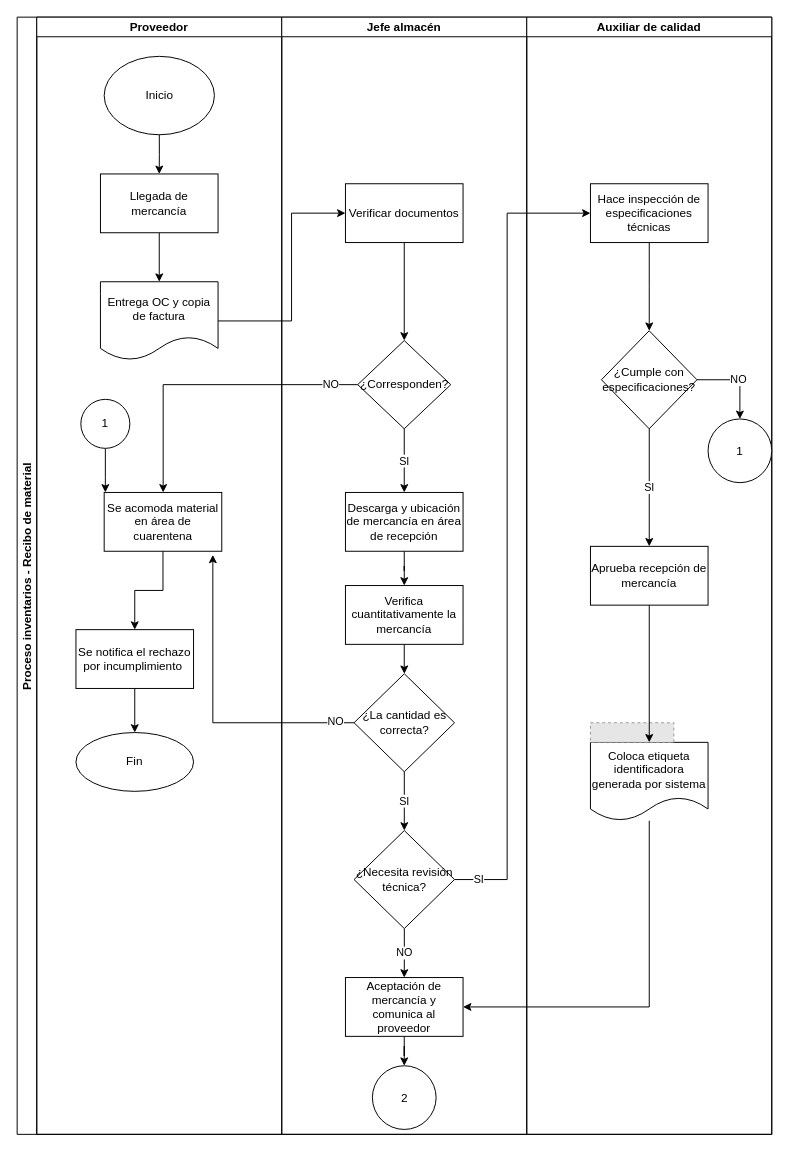
FerAran/Flowchart keeps this draw.io diagram as page "Page-1" (1 of 2) of 172285_Arandia_Recibo de material (adaptado).drawio. Above is the earlier version. Source tidied: cells renumbered, new cells numbered last; positions are measured from the earlier drawing's top-left corner, leaving out a move shared by most shapes. Both pictures are drawn from the tidied source at 98%, with x=0, y=0 at pixel (17, 17). Pictures stored in the file or linked from it are replaced by grey dashed boxes.
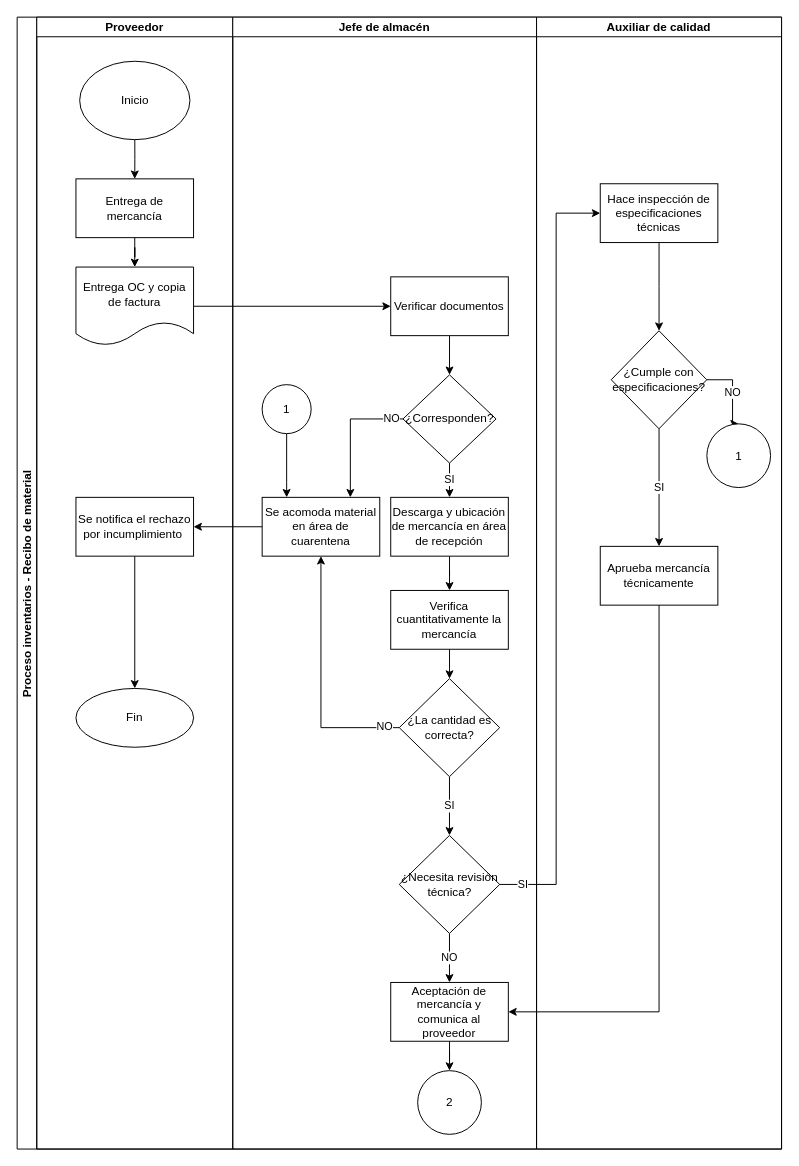
After the change.

The change refers to these unchanged cells:
```xml
<mxCell id="33" value="Hace inspección de especificaciones técnicas" style="whiteSpace=wrap;html=1;" parent="32" vertex="1">
  <mxGeometry x="65" y="170" width="120" height="60" as="geometry" />
</mxCell>
<mxCell id="35" value="¿Cumple con especificaciones?" style="rhombus;whiteSpace=wrap;html=1;" parent="32" vertex="1">
  <mxGeometry x="76.2" y="320" width="97.5" height="100" as="geometry" />
</mxCell>
```

What changed in the source:
```diff
@@
     <mxCell id="2" value="Proceso inventarios - Recibo de material" style="swimlane;startSize=20;horizontal=0;" parent="1" vertex="1">
-      <mxGeometry width="770" height="1140" as="geometry" />
+      <mxGeometry width="780" height="1155" as="geometry" />
     </mxCell>
     <mxCell id="3" value="Proveedor" style="swimlane;startSize=20;" parent="2" vertex="1">
-      <mxGeometry x="20" width="250" height="1140" as="geometry" />
+      <mxGeometry x="20" width="200" height="1155" as="geometry" />
     </mxCell>
     <mxCell id="4" value="Inicio" style="ellipse;whiteSpace=wrap;html=1;" parent="3" vertex="1">
-      <mxGeometry x="68.8" y="40" width="112.5" height="80" as="geometry" />
+      <mxGeometry x="43.8" y="45" width="112.5" height="80" as="geometry" />
     </mxCell>
@@
-    <mxCell id="6" value="Llegada de mercancía" style="whiteSpace=wrap;html=1;" parent="3" vertex="1">
-      <mxGeometry x="65" y="160" width="120" height="60" as="geometry" />
+    <mxCell id="6" value="Entrega de mercancía" style="whiteSpace=wrap;html=1;" parent="3" vertex="1">
+      <mxGeometry x="40" y="165" width="120" height="60" as="geometry" />
     </mxCell>
@@
     <mxCell id="8" value="Entrega OC y copia de factura" style="shape=document;whiteSpace=wrap;html=1;boundedLbl=1;" parent="3" vertex="1">
-      <mxGeometry x="65" y="270" width="120" height="80" as="geometry" />
+      <mxGeometry x="40" y="255" width="120" height="80" as="geometry" />
     </mxCell>
-    <mxCell id="9" value="Se acomoda material en área de cuarentena" style="whiteSpace=wrap;html=1;" parent="3" vertex="1">
-      <mxGeometry x="68.8" y="485" width="120" height="60" as="geometry" />
-    </mxCell>
-    <mxCell id="10" style="edgeStyle=orthogonalEdgeStyle;rounded=0;jettySize=auto;html=1;" parent="3" edge="1" source="11" target="9">
-      <mxGeometry relative="1" as="geometry">
-        <Array as="points">
-          <mxPoint x="70" y="470" />
-          <mxPoint x="70" y="470" />
-        </Array>
-      </mxGeometry>
-    </mxCell>
-    <mxCell id="11" value="1" style="ellipse;whiteSpace=wrap;html=1;" parent="3" vertex="1">
-      <mxGeometry x="45" y="390" width="50" height="50" as="geometry" />
-    </mxCell>
     <mxCell id="12" value="Fin" style="ellipse;whiteSpace=wrap;html=1;" parent="3" vertex="1">
-      <mxGeometry x="40" y="730" width="120" height="60" as="geometry" />
+      <mxGeometry x="40" y="685" width="120" height="60" as="geometry" />
     </mxCell>
@@
     <mxCell id="14" value="&lt;span style=&quot;&quot;&gt;Se notifica el rechazo por incumplimiento&amp;nbsp;&lt;/span&gt;" style="whiteSpace=wrap;html=1;" parent="3" vertex="1">
-      <mxGeometry x="40" y="625" width="120" height="60" as="geometry" />
+      <mxGeometry x="40" y="490" width="120" height="60" as="geometry" />
     </mxCell>
-    <mxCell id="15" style="edgeStyle=orthogonalEdgeStyle;rounded=0;jettySize=auto;html=1;" parent="3" edge="1" source="9" target="14">
-      <mxGeometry relative="1" as="geometry" />
-    </mxCell>
-    <mxCell id="16" value="Jefe almacén" style="swimlane;startSize=20;" parent="2" vertex="1">
-      <mxGeometry x="270" width="250" height="1140" as="geometry" />
+    <mxCell id="16" value="Jefe de almacén" style="swimlane;startSize=20;" parent="2" vertex="1">
+      <mxGeometry x="220" width="310" height="1155" as="geometry" />
     </mxCell>
@@
     <mxCell id="18" value="Verificar documentos" style="whiteSpace=wrap;html=1;" parent="16" vertex="1">
-      <mxGeometry x="65" y="170" width="120" height="60" as="geometry" />
+      <mxGeometry x="161.2" y="265" width="120" height="60" as="geometry" />
     </mxCell>
     <mxCell id="19" value="¿Corresponden?" style="rhombus;whiteSpace=wrap;html=1;" parent="16" vertex="1">
-      <mxGeometry x="77.5" y="330" width="95" height="90" as="geometry" />
+      <mxGeometry x="173.7" y="365" width="95" height="90" as="geometry" />
     </mxCell>
@@
     <mxCell id="21" value="Descarga y ubicación de mercancía en área de recepción" style="whiteSpace=wrap;html=1;" parent="16" vertex="1">
-      <mxGeometry x="65" y="485" width="120" height="60" as="geometry" />
+      <mxGeometry x="161.2" y="490" width="120" height="60" as="geometry" />
     </mxCell>
@@
     <mxCell id="24" value="Verifica cuantitativamente la mercancía" style="whiteSpace=wrap;html=1;" parent="16" vertex="1">
-      <mxGeometry x="65" y="580" width="120" height="60" as="geometry" />
+      <mxGeometry x="161.2" y="585" width="120" height="60" as="geometry" />
     </mxCell>
@@
     <mxCell id="27" value="¿La cantidad es correcta?" style="rhombus;whiteSpace=wrap;html=1;" parent="16" vertex="1">
-      <mxGeometry x="73.8" y="670" width="102.5" height="100" as="geometry" />
+      <mxGeometry x="169.9" y="675" width="102.5" height="100" as="geometry" />
     </mxCell>
@@
     <mxCell id="29" value="Aceptación de mercancía y comunica al proveedor" style="whiteSpace=wrap;html=1;" parent="16" vertex="1">
-      <mxGeometry x="65" y="980" width="120" height="60" as="geometry" />
+      <mxGeometry x="161.2" y="985" width="120" height="60" as="geometry" />
     </mxCell>
     <mxCell id="30" value="2" style="ellipse;whiteSpace=wrap;html=1;" parent="16" vertex="1">
-      <mxGeometry x="92.5" y="1070" width="65" height="65" as="geometry" />
+      <mxGeometry x="188.7" y="1075" width="65" height="65" as="geometry" />
     </mxCell>
     <mxCell id="31" value="¿Necesita revisión técnica?" style="rhombus;whiteSpace=wrap;html=1;" parent="16" vertex="1">
-      <mxGeometry x="73.8" y="830" width="102.5" height="100" as="geometry" />
+      <mxGeometry x="169.9" y="835" width="102.5" height="100" as="geometry" />
     </mxCell>
+    <mxCell id="9" value="Se acomoda material en área de cuarentena" style="whiteSpace=wrap;html=1;" parent="16" vertex="1">
+      <mxGeometry x="30" y="490" width="120" height="60" as="geometry" />
+    </mxCell>
+    <mxCell id="43" value="NO" style="edgeStyle=orthogonalEdgeStyle;rounded=0;jettySize=auto;html=1;exitX=0;exitY=0.5;exitDx=0;exitDy=0;" parent="16" edge="1" source="19" target="9">
+      <mxGeometry x="-0.82" relative="1" as="geometry">
+        <Array as="points">
+          <mxPoint x="120" y="410" />
+        </Array>
+      </mxGeometry>
+    </mxCell>
+    <mxCell id="45" style="edgeStyle=orthogonalEdgeStyle;rounded=0;jettySize=auto;html=1;entryX=0.5;entryY=1;entryDx=0;entryDy=0;" parent="16" edge="1" source="27" target="9">
+      <mxGeometry relative="1" as="geometry" />
+    </mxCell>
+    <mxCell id="46" value="NO" style="edgeLabel;html=1;align=center;verticalAlign=middle;" parent="45" vertex="1">
+      <mxGeometry x="-0.88" y="-2" relative="1" as="geometry" />
+    </mxCell>
+    <mxCell id="10" style="edgeStyle=orthogonalEdgeStyle;rounded=0;jettySize=auto;html=1;" parent="16" edge="1" source="11" target="9">
+      <mxGeometry relative="1" as="geometry">
+        <Array as="points">
+          <mxPoint x="55" y="475" />
+          <mxPoint x="55" y="475" />
+        </Array>
+      </mxGeometry>
+    </mxCell>
+    <mxCell id="11" value="1" style="ellipse;whiteSpace=wrap;html=1;" parent="16" vertex="1">
+      <mxGeometry x="30" y="375" width="50" height="50" as="geometry" />
+    </mxCell>
     <mxCell id="32" value="Auxiliar de calidad" style="swimlane;startSize=20;" parent="2" vertex="1">
-      <mxGeometry x="520" width="250" height="1140" as="geometry" />
+      <mxGeometry x="530" width="250" height="1155" as="geometry" />
     </mxCell>
@@
     <mxCell id="34" value="NO" style="edgeStyle=orthogonalEdgeStyle;rounded=0;jettySize=auto;html=1;entryX=0.5;entryY=0;entryDx=0;entryDy=0;" parent="32" edge="1" source="35" target="37">
       <mxGeometry relative="1" as="geometry">
         <Array as="points">
-          <mxPoint x="218" y="370" />
+          <mxPoint x="200" y="370" />
+          <mxPoint x="200" y="415" />
         </Array>
       </mxGeometry>
     </mxCell>
@@
     <mxCell id="37" value="1" style="ellipse;whiteSpace=wrap;html=1;" parent="32" vertex="1">
-      <mxGeometry x="185" y="410" width="65" height="65" as="geometry" />
+      <mxGeometry x="173.8" y="415" width="65" height="65" as="geometry" />
     </mxCell>
-    <mxCell id="38" value="Coloca etiqueta identificadora generada por sistema" style="shape=document;whiteSpace=wrap;html=1;boundedLbl=1;" parent="32" vertex="1">
-      <mxGeometry x="65" y="740" width="120" height="80" as="geometry" />
-    </mxCell>
-    <mxCell id="39" value="Aprueba recepción de mercancía" style="whiteSpace=wrap;html=1;" parent="32" vertex="1">
+    <mxCell id="39" value="Aprueba mercancía técnicamente" style="whiteSpace=wrap;html=1;" parent="32" vertex="1">
       <mxGeometry x="65" y="540" width="120" height="60" as="geometry" />
     </mxCell>
@@
-    <mxCell id="41" style="fillColor=#E6E6E6;strokeColor=#999999;dashed=1;verticalLabelPosition=bottom;labelBackgroundColor=default;verticalAlign=top;" parent="32" vertex="1">
-      <mxGeometry x="65" y="720" width="85.1" height="20" as="geometry" />
-    </mxCell>
-    <mxCell id="42" style="edgeStyle=orthogonalEdgeStyle;rounded=0;jettySize=auto;html=1;entryX=0.5;entryY=0;entryDx=0;entryDy=0;" parent="32" edge="1" source="39" target="38">
-      <mxGeometry relative="1" as="geometry" />
-    </mxCell>
-    <mxCell id="43" value="NO" style="edgeStyle=orthogonalEdgeStyle;rounded=0;jettySize=auto;html=1;exitX=0;exitY=0.5;exitDx=0;exitDy=0;" parent="2" edge="1" source="19" target="9">
-      <mxGeometry x="-0.82" relative="1" as="geometry">
-        <Array as="points">
-          <mxPoint x="149" y="375" />
-        </Array>
-      </mxGeometry>
-    </mxCell>
+    <mxCell id="48" value="SI" style="edgeStyle=orthogonalEdgeStyle;rounded=0;jettySize=auto;html=1;exitX=1;exitY=0.5;exitDx=0;exitDy=0;entryX=0;entryY=0.5;entryDx=0;entryDy=0;" parent="2" edge="1" source="31" target="33">
+      <mxGeometry x="-0.94" relative="1" as="geometry">
+        <Array as="points">
+          <mxPoint x="550" y="885" />
+          <mxPoint x="550" y="200" />
+        </Array>
+      </mxGeometry>
+    </mxCell>
+    <mxCell id="15" style="edgeStyle=orthogonalEdgeStyle;rounded=0;jettySize=auto;html=1;" parent="2" edge="1" source="9" target="14">
+      <mxGeometry relative="1" as="geometry" />
+    </mxCell>
-    <mxCell id="44" style="edgeStyle=orthogonalEdgeStyle;rounded=0;jettySize=auto;html=1;exitX=1;exitY=0.5;exitDx=0;exitDy=0;entryX=0;entryY=0.5;entryDx=0;entryDy=0;" parent="2" edge="1" source="8" target="18">
-      <mxGeometry relative="1" as="geometry">
-        <Array as="points">
-          <mxPoint x="280" y="310" />
-          <mxPoint x="280" y="200" />
-        </Array>
-      </mxGeometry>
+    <mxCell id="44" style="edgeStyle=orthogonalEdgeStyle;rounded=0;jettySize=auto;html=1;entryX=0;entryY=0.5;entryDx=0;entryDy=0;" parent="2" edge="1" source="8" target="18">
+      <mxGeometry relative="1" as="geometry" />
     </mxCell>
-    <mxCell id="45" style="edgeStyle=orthogonalEdgeStyle;rounded=0;jettySize=auto;html=1;entryX=0.924;entryY=1.061;entryDx=0;entryDy=0;entryPerimeter=0;" parent="2" edge="1" source="27" target="9">
-      <mxGeometry relative="1" as="geometry" />
-    </mxCell>
-    <mxCell id="46" value="NO" style="edgeLabel;html=1;align=center;verticalAlign=middle;" parent="45" vertex="1">
-      <mxGeometry x="-0.88" y="-2" relative="1" as="geometry" />
-    </mxCell>
-    <mxCell id="47" style="edgeStyle=orthogonalEdgeStyle;rounded=0;jettySize=auto;html=1;entryX=1;entryY=0.5;entryDx=0;entryDy=0;" parent="2" edge="1" source="38" target="29">
-      <mxGeometry relative="1" as="geometry">
-        <Array as="points">
-          <mxPoint x="645" y="1010" />
-        </Array>
-      </mxGeometry>
-    </mxCell>
-    <mxCell id="48" value="SI" style="edgeStyle=orthogonalEdgeStyle;rounded=0;jettySize=auto;html=1;exitX=1;exitY=0.5;exitDx=0;exitDy=0;entryX=0;entryY=0.5;entryDx=0;entryDy=0;" parent="2" edge="1" source="31" target="33">
-      <mxGeometry x="-0.94" relative="1" as="geometry">
-        <Array as="points">
-          <mxPoint x="500" y="880" />
-          <mxPoint x="500" y="200" />
-        </Array>
-      </mxGeometry>
-    </mxCell>
+    <mxCell id="49" style="edgeStyle=orthogonalEdgeStyle;rounded=0;jettySize=auto;html=1;exitX=0.5;exitY=1;exitDx=0;exitDy=0;entryX=1;entryY=0.5;entryDx=0;entryDy=0;" parent="2" edge="1" source="39" target="29">
+      <mxGeometry relative="1" as="geometry" />
+    </mxCell>
```
